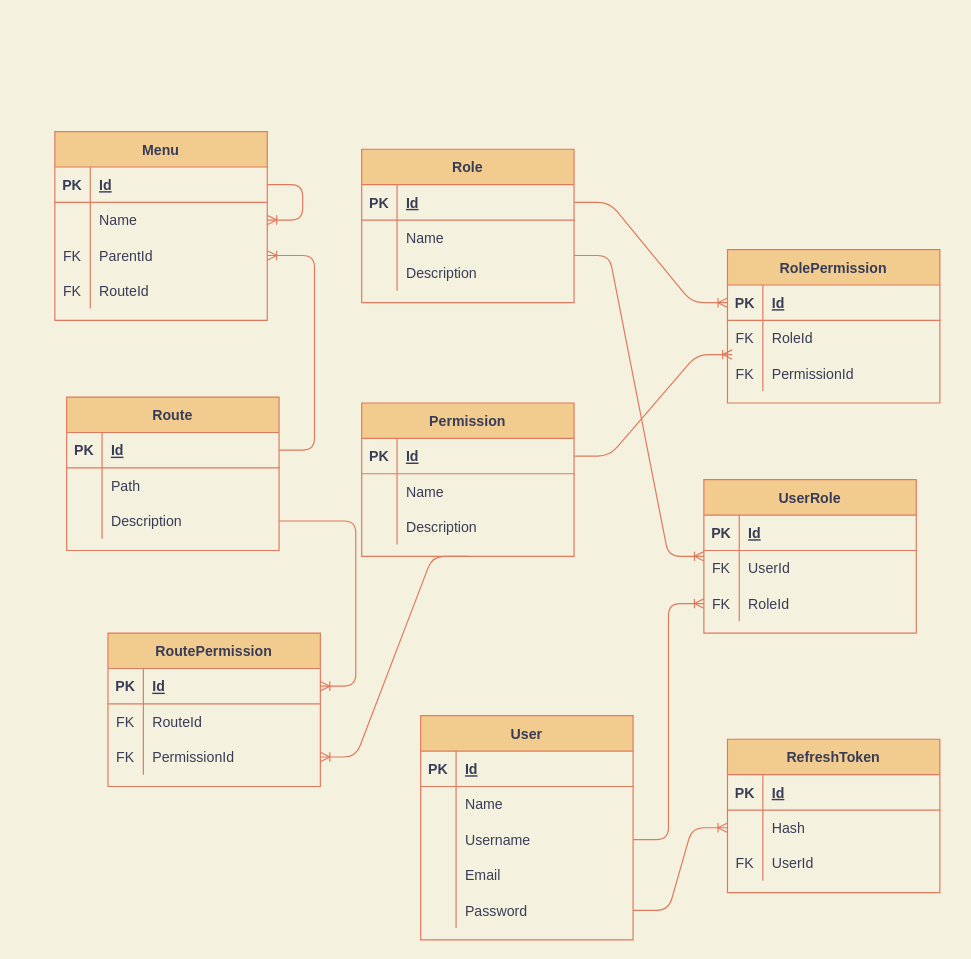
Above: docs/erd.drawio in santhosh-pro/identity-service (draw.io), before the change. Source tidied: cells renumbered, new cells numbered last; positions are measured from the earlier drawing's top-left corner, leaving out a move shared by most shapes. Both pictures are drawn from the tidied source at 118%, with x=0, y=0 at pixel (54, 131).
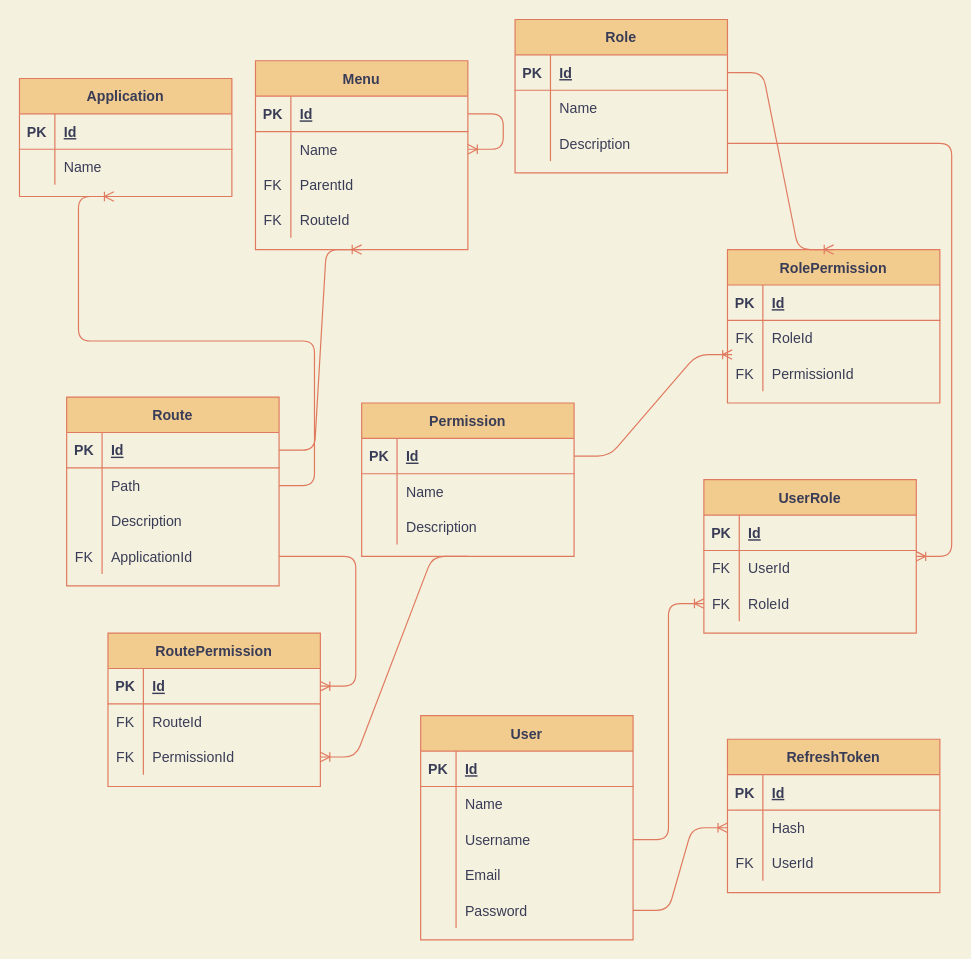
The same page after the edit.

The change refers to these unchanged cells:
```xml
<mxCell id="3" style="shape=partialRectangle;fillColor=none;top=0;left=0;bottom=1;right=0;points=[[0,0.5],[1,0.5]];portConstraint=eastwest;strokeColor=#E07A5F;fontColor=#393C56;" parent="2" vertex="1">
  <mxGeometry y="30" width="180" height="30" as="geometry" />
</mxCell>
<mxCell id="6" style="shape=partialRectangle;fillColor=none;top=0;left=0;bottom=0;right=0;points=[[0,0.5],[1,0.5]];portConstraint=eastwest;strokeColor=#E07A5F;fontColor=#393C56;" parent="2" vertex="1">
  <mxGeometry y="60" width="180" height="30" as="geometry" />
</mxCell>
<mxCell id="9" style="shape=partialRectangle;fillColor=none;top=0;left=0;bottom=0;right=0;points=[[0,0.5],[1,0.5]];portConstraint=eastwest;strokeColor=#E07A5F;fontColor=#393C56;" parent="2" vertex="1">
  <mxGeometry y="90" width="180" height="30" as="geometry" />
</mxCell>
<mxCell id="16" value="Permission" style="shape=table;startSize=30;childLayout=tableLayout;rowLines=0;fontStyle=1;align=center;rounded=0;sketch=0;strokeColor=#E07A5F;fillColor=#F2CC8F;fontColor=#393C56;" parent="1" vertex="1">
  <mxGeometry x="260" y="230" width="180" height="130" as="geometry" />
</mxCell>
<mxCell id="17" style="shape=partialRectangle;fillColor=none;top=0;left=0;bottom=1;right=0;points=[[0,0.5],[1,0.5]];portConstraint=eastwest;strokeColor=#E07A5F;fontColor=#393C56;" parent="16" vertex="1">
  <mxGeometry y="30" width="180" height="30" as="geometry" />
</mxCell>
<mxCell id="30" style="shape=partialRectangle;fillColor=none;top=0;left=0;bottom=0;right=0;points=[[0,0.5],[1,0.5]];portConstraint=eastwest;strokeColor=#E07A5F;fontColor=#393C56;" parent="26" vertex="1">
  <mxGeometry y="60" width="180" height="30" as="geometry" />
</mxCell>
<mxCell id="37" style="shape=partialRectangle;fillColor=none;top=0;left=0;bottom=1;right=0;points=[[0,0.5],[1,0.5]];portConstraint=eastwest;strokeColor=#E07A5F;fontColor=#393C56;" parent="36" vertex="1">
  <mxGeometry y="30" width="180" height="30" as="geometry" />
</mxCell>
<mxCell id="43" style="shape=partialRectangle;fillColor=none;top=0;left=0;bottom=0;right=0;points=[[0,0.5],[1,0.5]];portConstraint=eastwest;strokeColor=#E07A5F;fontColor=#393C56;" parent="36" vertex="1">
  <mxGeometry y="90" width="180" height="30" as="geometry" />
</mxCell>
<mxCell id="46" value="RolePermission" style="shape=table;startSize=30;childLayout=tableLayout;rowLines=0;fontStyle=1;align=center;rounded=0;sketch=0;strokeColor=#E07A5F;fillColor=#F2CC8F;fontColor=#393C56;" parent="1" vertex="1">
  <mxGeometry x="570" y="100" width="180" height="130" as="geometry" />
</mxCell>
<mxCell id="47" style="shape=partialRectangle;fillColor=none;top=0;left=0;bottom=1;right=0;points=[[0,0.5],[1,0.5]];portConstraint=eastwest;strokeColor=#E07A5F;fontColor=#393C56;" parent="46" vertex="1">
  <mxGeometry y="30" width="180" height="30" as="geometry" />
</mxCell>
<mxCell id="53" style="shape=partialRectangle;fillColor=none;top=0;left=0;bottom=0;right=0;points=[[0,0.5],[1,0.5]];portConstraint=eastwest;strokeColor=#E07A5F;fontColor=#393C56;" parent="46" vertex="1">
  <mxGeometry y="90" width="180" height="30" as="geometry" />
</mxCell>
<mxCell id="57" style="shape=partialRectangle;fillColor=none;top=0;left=0;bottom=1;right=0;points=[[0,0.5],[1,0.5]];portConstraint=eastwest;strokeColor=#E07A5F;fontColor=#393C56;" parent="56" vertex="1">
  <mxGeometry y="30" width="180" height="30" as="geometry" />
</mxCell>
<mxCell id="60" style="shape=partialRectangle;fillColor=none;top=0;left=0;bottom=0;right=0;points=[[0,0.5],[1,0.5]];portConstraint=eastwest;strokeColor=#E07A5F;fontColor=#393C56;" parent="56" vertex="1">
  <mxGeometry y="60" width="180" height="30" as="geometry" />
</mxCell>
<mxCell id="67" style="shape=partialRectangle;fillColor=none;top=0;left=0;bottom=1;right=0;points=[[0,0.5],[1,0.5]];portConstraint=eastwest;strokeColor=#E07A5F;fontColor=#393C56;" parent="66" vertex="1">
  <mxGeometry y="30" width="180" height="30" as="geometry" />
</mxCell>
<mxCell id="73" style="shape=partialRectangle;fillColor=none;top=0;left=0;bottom=0;right=0;points=[[0,0.5],[1,0.5]];portConstraint=eastwest;strokeColor=#E07A5F;fontColor=#393C56;" parent="66" vertex="1">
  <mxGeometry y="90" width="180" height="30" as="geometry" />
</mxCell>
<mxCell id="76" value="UserRole" style="shape=table;startSize=30;childLayout=tableLayout;rowLines=0;fontStyle=1;align=center;rounded=0;sketch=0;strokeColor=#E07A5F;fillColor=#F2CC8F;fontColor=#393C56;" parent="1" vertex="1">
  <mxGeometry x="550" y="295" width="180" height="130" as="geometry" />
</mxCell>
<mxCell id="83" style="shape=partialRectangle;fillColor=none;top=0;left=0;bottom=0;right=0;points=[[0,0.5],[1,0.5]];portConstraint=eastwest;strokeColor=#E07A5F;fontColor=#393C56;" parent="76" vertex="1">
  <mxGeometry y="90" width="180" height="30" as="geometry" />
</mxCell>
<mxCell id="93" style="shape=partialRectangle;fillColor=none;top=0;left=0;bottom=0;right=0;points=[[0,0.5],[1,0.5]];portConstraint=eastwest;strokeColor=#E07A5F;fontColor=#393C56;" parent="86" vertex="1">
  <mxGeometry y="90" width="180" height="30" as="geometry" />
</mxCell>
<mxCell id="99" style="shape=partialRectangle;fillColor=none;top=0;left=0;bottom=0;right=0;points=[[0,0.5],[1,0.5]];portConstraint=eastwest;strokeColor=#E07A5F;fontColor=#393C56;" parent="86" vertex="1">
  <mxGeometry y="150" width="180" height="30" as="geometry" />
</mxCell>
```

Diff of the diagram source:
```diff
@@
     <mxCell id="2" value="Menu" style="shape=table;startSize=30;childLayout=tableLayout;rowLines=0;fontStyle=1;align=center;fillColor=#F2CC8F;rounded=0;sketch=0;strokeColor=#E07A5F;fontColor=#393C56;" parent="1" vertex="1">
-      <mxGeometry width="180" height="160" as="geometry" />
+      <mxGeometry x="170" y="-60" width="180" height="160" as="geometry" />
     </mxCell>
@@
-    <mxCell id="15" style="edgeStyle=entityRelationEdgeStyle;fontSize=12;html=1;endArrow=ERoneToMany;strokeColor=#E07A5F;fillColor=#F2CC8F;" parent="2" edge="1" source="3" target="6">
+    <mxCell id="15" style="edgeStyle=entityRelationEdgeStyle;fontSize=12;html=1;endArrow=ERoneToMany;strokeColor=#E07A5F;fillColor=#F2CC8F;labelBackgroundColor=#F4F1DE;fontColor=#393C56;" parent="2" edge="1" source="3" target="6">
       <mxGeometry relative="1" as="geometry" />
     </mxCell>
@@
     <mxCell id="36" value="Role" style="shape=table;startSize=30;childLayout=tableLayout;rowLines=0;fontStyle=1;align=center;rounded=0;sketch=0;strokeColor=#E07A5F;fillColor=#F2CC8F;fontColor=#393C56;" parent="1" vertex="1">
-      <mxGeometry x="260" y="15" width="180" height="130" as="geometry" />
+      <mxGeometry x="390" y="-95" width="180" height="130" as="geometry" />
     </mxCell>
@@
     <mxCell id="56" value="Route" style="shape=table;startSize=30;childLayout=tableLayout;rowLines=0;fontStyle=1;align=center;rounded=0;sketch=0;strokeColor=#E07A5F;fillColor=#F2CC8F;fontColor=#393C56;" parent="1" vertex="1">
-      <mxGeometry x="10" y="225" width="180" height="130" as="geometry" />
+      <mxGeometry x="10" y="225" width="180" height="160" as="geometry" />
     </mxCell>
@@
+    <mxCell id="110" style="shape=partialRectangle;fillColor=none;top=0;left=0;bottom=0;right=0;strokeColor=#E07A5F;fontColor=#393C56;" parent="56" vertex="1">
+      <mxGeometry y="90" width="180" height="30" as="geometry" />
+    </mxCell>
+    <mxCell id="111" style="shape=partialRectangle;fillColor=none;top=0;left=0;bottom=0;right=0;overflow=hidden;strokeColor=#E07A5F;fontColor=#393C56;" parent="110" vertex="1">
+      <mxGeometry width="30" height="30" as="geometry" />
+    </mxCell>
+    <mxCell id="112" value="Description" style="shape=partialRectangle;fillColor=none;top=0;left=0;bottom=0;right=0;align=left;spacingLeft=6;overflow=hidden;strokeColor=#E07A5F;fontColor=#393C56;" parent="110" vertex="1">
+      <mxGeometry x="30" width="150" height="30" as="geometry" />
+    </mxCell>
     <mxCell id="63" style="shape=partialRectangle;fillColor=none;top=0;left=0;bottom=0;right=0;points=[[0,0.5],[1,0.5]];portConstraint=eastwest;strokeColor=#E07A5F;fontColor=#393C56;" parent="56" vertex="1">
-      <mxGeometry y="90" width="180" height="30" as="geometry" />
+      <mxGeometry y="120" width="180" height="30" as="geometry" />
     </mxCell>
-    <mxCell id="64" style="shape=partialRectangle;fillColor=none;top=0;left=0;bottom=0;right=0;overflow=hidden;strokeColor=#E07A5F;fontColor=#393C56;" parent="63" vertex="1">
+    <mxCell id="64" value="FK" style="shape=partialRectangle;fillColor=none;top=0;left=0;bottom=0;right=0;overflow=hidden;strokeColor=#E07A5F;fontColor=#393C56;" parent="63" vertex="1">
       <mxGeometry width="30" height="30" as="geometry" />
     </mxCell>
-    <mxCell id="65" value="Description" style="shape=partialRectangle;fillColor=none;top=0;left=0;bottom=0;right=0;align=left;spacingLeft=6;overflow=hidden;strokeColor=#E07A5F;fontColor=#393C56;" parent="63" vertex="1">
+    <mxCell id="65" value="ApplicationId" style="shape=partialRectangle;fillColor=none;top=0;left=0;bottom=0;right=0;align=left;spacingLeft=6;overflow=hidden;strokeColor=#E07A5F;fontColor=#393C56;" parent="63" vertex="1">
       <mxGeometry x="30" width="150" height="30" as="geometry" />
     </mxCell>
@@
-    <mxCell id="102" style="edgeStyle=entityRelationEdgeStyle;fontSize=12;html=1;endArrow=ERoneToMany;strokeColor=#E07A5F;fillColor=#F2CC8F;" parent="1" edge="1" target="76">
-      <mxGeometry relative="1" as="geometry">
-        <mxPoint x="440" y="105" as="sourcePoint" />
-      </mxGeometry>
+    <mxCell id="102" style="edgeStyle=entityRelationEdgeStyle;fontSize=12;html=1;endArrow=ERoneToMany;strokeColor=#E07A5F;fillColor=#F2CC8F;labelBackgroundColor=#F4F1DE;fontColor=#393C56;" parent="1" edge="1" source="43" target="76">
+      <mxGeometry relative="1" as="geometry" />
     </mxCell>
-    <mxCell id="103" style="edgeStyle=entityRelationEdgeStyle;fontSize=12;html=1;endArrow=ERoneToMany;strokeColor=#E07A5F;fillColor=#F2CC8F;exitX=1;exitY=0.5;exitDx=0;exitDy=0;" parent="1" edge="1" source="93" target="83">
+    <mxCell id="103" style="edgeStyle=entityRelationEdgeStyle;fontSize=12;html=1;endArrow=ERoneToMany;strokeColor=#E07A5F;fillColor=#F2CC8F;exitX=1;exitY=0.5;exitDx=0;exitDy=0;labelBackgroundColor=#F4F1DE;fontColor=#393C56;" parent="1" edge="1" source="93" target="83">
       <mxGeometry relative="1" as="geometry" />
     </mxCell>
-    <mxCell id="104" style="edgeStyle=entityRelationEdgeStyle;fontSize=12;html=1;endArrow=ERoneToMany;strokeColor=#E07A5F;fillColor=#F2CC8F;entryX=0.022;entryY=-0.033;entryDx=0;entryDy=0;entryPerimeter=0;" parent="1" edge="1" source="17" target="53">
+    <mxCell id="104" style="edgeStyle=entityRelationEdgeStyle;fontSize=12;html=1;endArrow=ERoneToMany;strokeColor=#E07A5F;fillColor=#F2CC8F;entryX=0.022;entryY=-0.033;entryDx=0;entryDy=0;entryPerimeter=0;labelBackgroundColor=#F4F1DE;fontColor=#393C56;" parent="1" edge="1" source="17" target="53">
       <mxGeometry relative="1" as="geometry" />
     </mxCell>
-    <mxCell id="105" style="edgeStyle=entityRelationEdgeStyle;fontSize=12;html=1;endArrow=ERoneToMany;strokeColor=#E07A5F;fillColor=#F2CC8F;entryX=0;entryY=0.5;entryDx=0;entryDy=0;" parent="1" edge="1" source="37" target="47">
+    <mxCell id="105" style="edgeStyle=entityRelationEdgeStyle;fontSize=12;html=1;endArrow=ERoneToMany;strokeColor=#E07A5F;fillColor=#F2CC8F;entryX=0.5;entryY=0;entryDx=0;entryDy=0;labelBackgroundColor=#F4F1DE;fontColor=#393C56;" parent="1" edge="1" source="37" target="46">
       <mxGeometry relative="1" as="geometry" />
     </mxCell>
-    <mxCell id="106" style="edgeStyle=entityRelationEdgeStyle;fontSize=12;html=1;endArrow=ERoneToMany;strokeColor=#E07A5F;fillColor=#F2CC8F;exitX=0.5;exitY=1;exitDx=0;exitDy=0;entryX=1;entryY=0.5;entryDx=0;entryDy=0;" parent="1" edge="1" source="16" target="73">
+    <mxCell id="106" style="edgeStyle=entityRelationEdgeStyle;fontSize=12;html=1;endArrow=ERoneToMany;strokeColor=#E07A5F;fillColor=#F2CC8F;exitX=0.5;exitY=1;exitDx=0;exitDy=0;entryX=1;entryY=0.5;entryDx=0;entryDy=0;labelBackgroundColor=#F4F1DE;fontColor=#393C56;" parent="1" edge="1" source="16" target="73">
       <mxGeometry relative="1" as="geometry" />
     </mxCell>
-    <mxCell id="107" style="edgeStyle=entityRelationEdgeStyle;fontSize=12;html=1;endArrow=ERoneToMany;strokeColor=#E07A5F;fillColor=#F2CC8F;" parent="1" edge="1" source="63" target="67">
+    <mxCell id="107" style="edgeStyle=entityRelationEdgeStyle;fontSize=12;html=1;endArrow=ERoneToMany;strokeColor=#E07A5F;fillColor=#F2CC8F;labelBackgroundColor=#F4F1DE;fontColor=#393C56;" parent="1" edge="1" source="63" target="67">
       <mxGeometry relative="1" as="geometry" />
     </mxCell>
-    <mxCell id="108" style="edgeStyle=entityRelationEdgeStyle;fontSize=12;html=1;endArrow=ERoneToMany;strokeColor=#E07A5F;fillColor=#F2CC8F;exitX=1;exitY=0.5;exitDx=0;exitDy=0;" parent="1" edge="1" source="99" target="30">
+    <mxCell id="108" style="edgeStyle=entityRelationEdgeStyle;fontSize=12;html=1;endArrow=ERoneToMany;strokeColor=#E07A5F;fillColor=#F2CC8F;exitX=1;exitY=0.5;exitDx=0;exitDy=0;labelBackgroundColor=#F4F1DE;fontColor=#393C56;" parent="1" edge="1" source="99" target="30">
       <mxGeometry relative="1" as="geometry" />
     </mxCell>
-    <mxCell id="109" style="edgeStyle=entityRelationEdgeStyle;fontSize=12;html=1;endArrow=ERoneToMany;strokeColor=#E07A5F;fillColor=#F2CC8F;" parent="1" edge="1" source="57" target="9">
+    <mxCell id="109" style="edgeStyle=entityRelationEdgeStyle;fontSize=12;html=1;endArrow=ERoneToMany;strokeColor=#E07A5F;fillColor=#F2CC8F;entryX=0.5;entryY=1;entryDx=0;entryDy=0;labelBackgroundColor=#F4F1DE;fontColor=#393C56;" parent="1" edge="1" source="57" target="2">
       <mxGeometry relative="1" as="geometry" />
     </mxCell>
+    <mxCell id="113" value="Application" style="shape=table;startSize=30;childLayout=tableLayout;rowLines=0;fontStyle=1;align=center;fillColor=#F2CC8F;strokeColor=#E07A5F;fontColor=#393C56;" parent="1" vertex="1">
+      <mxGeometry x="-30" y="-45" width="180" height="100" as="geometry" />
+    </mxCell>
+    <mxCell id="114" style="shape=partialRectangle;fillColor=none;top=0;left=0;bottom=1;right=0;strokeColor=#E07A5F;fontColor=#393C56;" parent="113" vertex="1">
+      <mxGeometry y="30" width="180" height="30" as="geometry" />
+    </mxCell>
+    <mxCell id="115" value="PK" style="shape=partialRectangle;fillColor=none;top=0;left=0;bottom=0;right=0;fontStyle=1;overflow=hidden;strokeColor=#E07A5F;fontColor=#393C56;" parent="114" vertex="1">
+      <mxGeometry width="30" height="30" as="geometry" />
+    </mxCell>
+    <mxCell id="116" value="Id" style="shape=partialRectangle;fillColor=none;top=0;left=0;bottom=0;right=0;align=left;spacingLeft=6;fontStyle=5;overflow=hidden;strokeColor=#E07A5F;fontColor=#393C56;" parent="114" vertex="1">
+      <mxGeometry x="30" width="150" height="30" as="geometry" />
+    </mxCell>
+    <mxCell id="117" style="shape=partialRectangle;fillColor=none;top=0;left=0;bottom=0;right=0;strokeColor=#E07A5F;fontColor=#393C56;" parent="113" vertex="1">
+      <mxGeometry y="60" width="180" height="30" as="geometry" />
+    </mxCell>
+    <mxCell id="118" style="shape=partialRectangle;fillColor=none;top=0;left=0;bottom=0;right=0;overflow=hidden;strokeColor=#E07A5F;fontColor=#393C56;" parent="117" vertex="1">
+      <mxGeometry width="30" height="30" as="geometry" />
+    </mxCell>
+    <mxCell id="119" value="Name" style="shape=partialRectangle;fillColor=none;top=0;left=0;bottom=0;right=0;align=left;spacingLeft=6;overflow=hidden;strokeColor=#E07A5F;fontColor=#393C56;" parent="117" vertex="1">
+      <mxGeometry x="30" width="150" height="30" as="geometry" />
+    </mxCell>
+    <mxCell id="120" style="edgeStyle=entityRelationEdgeStyle;fontSize=12;html=1;endArrow=ERoneToMany;strokeColor=#E07A5F;fillColor=#F2CC8F;" parent="1" edge="1" source="60">
+      <mxGeometry relative="1" as="geometry">
+        <mxPoint x="50" y="55" as="targetPoint" />
+      </mxGeometry>
+    </mxCell>
```
